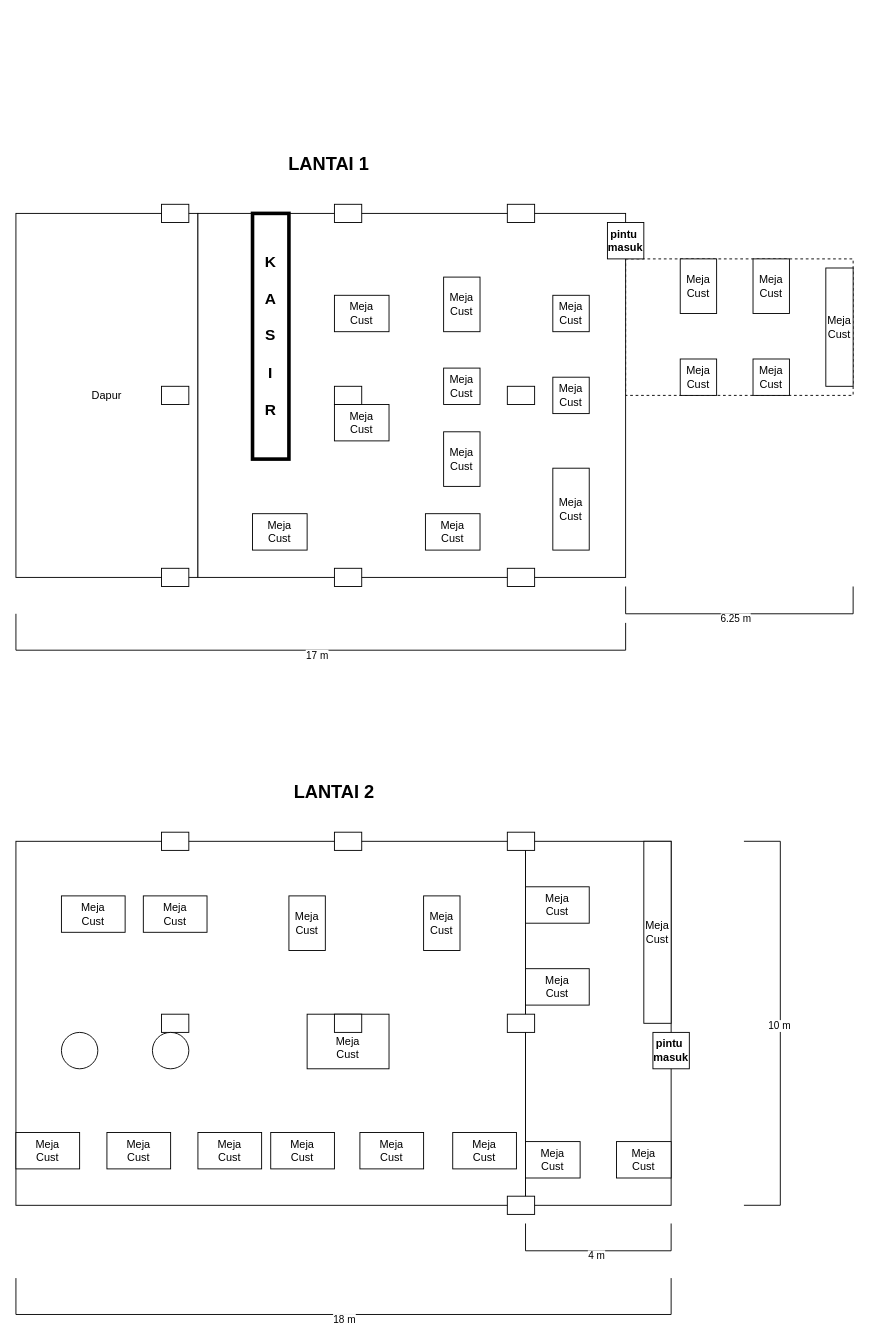
This is page "Tembalang" (1 of 3) of Denah Antarakata Trilogy.drawio from hnkzf/topologi-site, a draw.io file, before an edit. Source tidied: cells renumbered, new cells numbered last; positions are measured from the earlier drawing's top-left corner, leaving out a move shared by most shapes. Both pictures are drawn from the tidied source at 91%, with x=0, y=0 at pixel (15, 149).
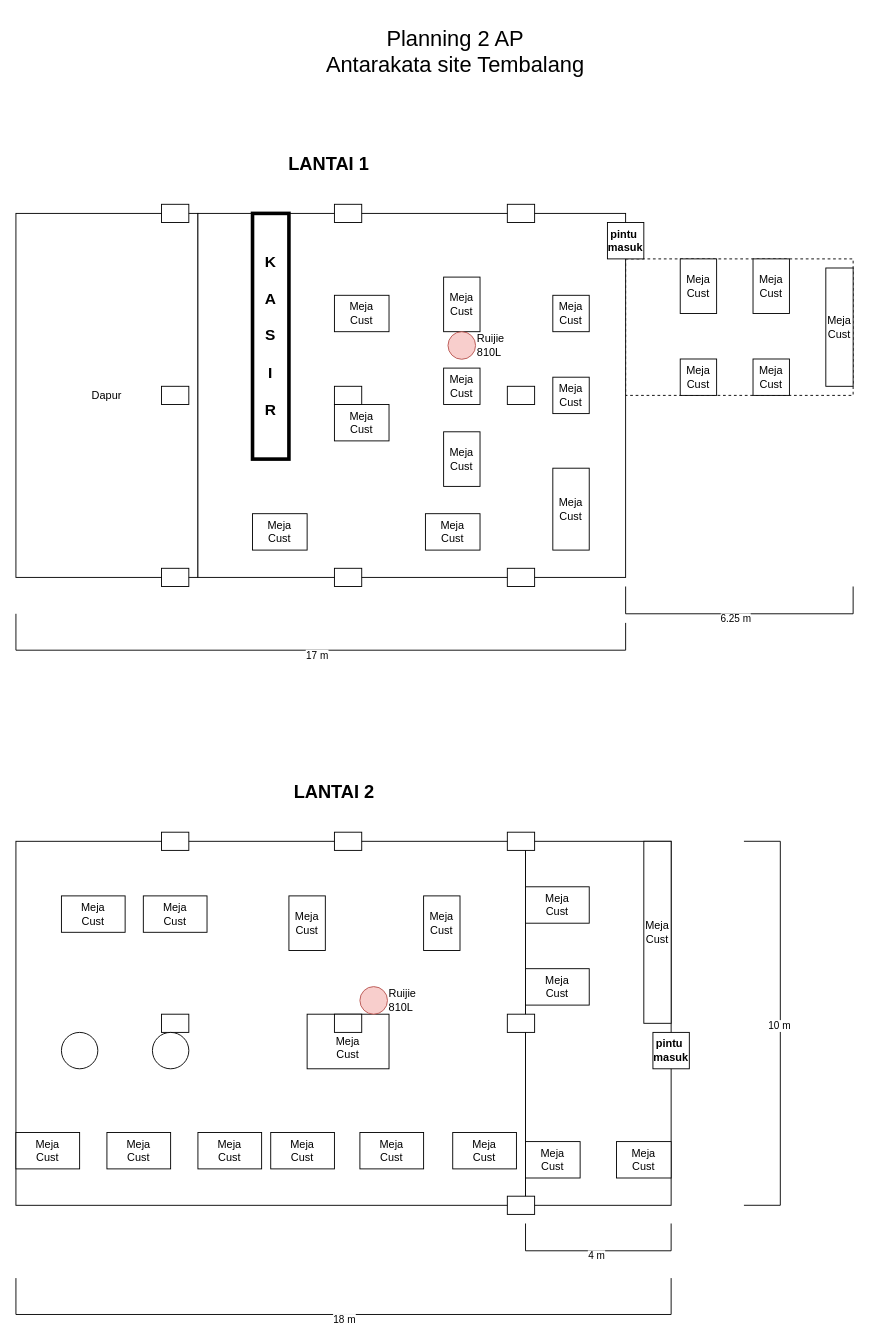
After the change.

Change to the diagram source:
```diff
@@
+    <mxCell id="71" value="Planning 2 AP&lt;div&gt;Antarakata site Tembalang&lt;/div&gt;" style="text;html=1;whiteSpace=wrap;strokeColor=none;fillColor=none;align=center;verticalAlign=middle;rounded=0;fontSize=24;" parent="1" vertex="1">
+      <mxGeometry x="325" y="-147" width="316.2" height="78.8" as="geometry" />
+    </mxCell>
+    <mxCell id="72" value="Ruijie 810L" style="ellipse;whiteSpace=wrap;html=1;fillColor=#f8cecc;strokeColor=#b85450;labelPosition=right;verticalLabelPosition=middle;align=left;verticalAlign=middle;" parent="1" vertex="1">
+      <mxGeometry x="474.8" y="200" width="30.3" height="30.3" as="geometry" />
+    </mxCell>
+    <mxCell id="73" value="Ruijie 810L" style="ellipse;whiteSpace=wrap;html=1;fillColor=#f8cecc;strokeColor=#b85450;labelPosition=right;verticalLabelPosition=middle;align=left;verticalAlign=middle;" parent="1" vertex="1">
+      <mxGeometry x="378" y="919.7" width="30.3" height="30.3" as="geometry" />
+    </mxCell>
```
